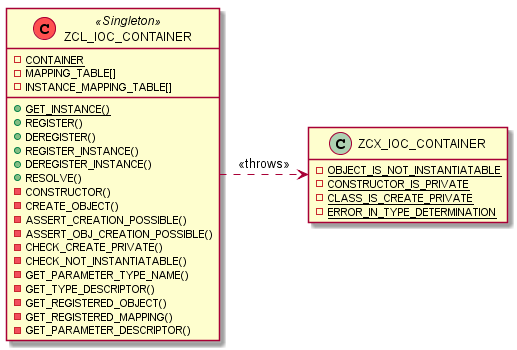
Above: article/img/zcl_ioc_container_detailed.png in bothzoli/ABAP-IoC-Container (PlantUML), before the change.
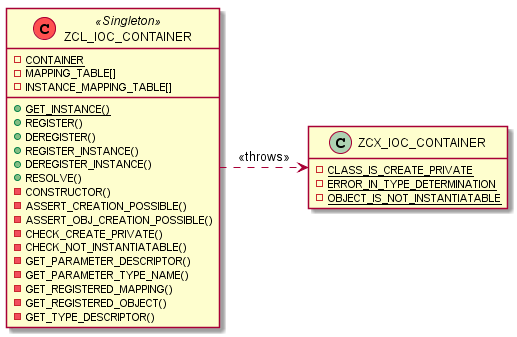
The same file after the commit.

The edit, as a diff of the source:
```diff
@@ -13,23 +13,21 @@
 	+ DEREGISTER_INSTANCE()
 	+ RESOLVE()
 	- CONSTRUCTOR()
-	- CREATE_OBJECT()
 	- ASSERT_CREATION_POSSIBLE()
 	- ASSERT_OBJ_CREATION_POSSIBLE()
 	- CHECK_CREATE_PRIVATE()
 	- CHECK_NOT_INSTANTIATABLE()
+	- GET_PARAMETER_DESCRIPTOR()
 	- GET_PARAMETER_TYPE_NAME()
+	- GET_REGISTERED_MAPPING()
+	- GET_REGISTERED_OBJECT()
 	- GET_TYPE_DESCRIPTOR()
-	- GET_REGISTERED_OBJECT()
-	- GET_REGISTERED_MAPPING()
-	- GET_PARAMETER_DESCRIPTOR()
 }
 
 class ZCX_IOC_CONTAINER {
-	{static} - OBJECT_IS_NOT_INSTANTIATABLE
-	{static} - CONSTRUCTOR_IS_PRIVATE
 	{static} - CLASS_IS_CREATE_PRIVATE
 	{static} - ERROR_IN_TYPE_DETERMINATION
+	{static} - OBJECT_IS_NOT_INSTANTIATABLE
 }
 
 ZCL_IOC_CONTAINER .right.> ZCX_IOC_CONTAINER: <<throws>>
```
